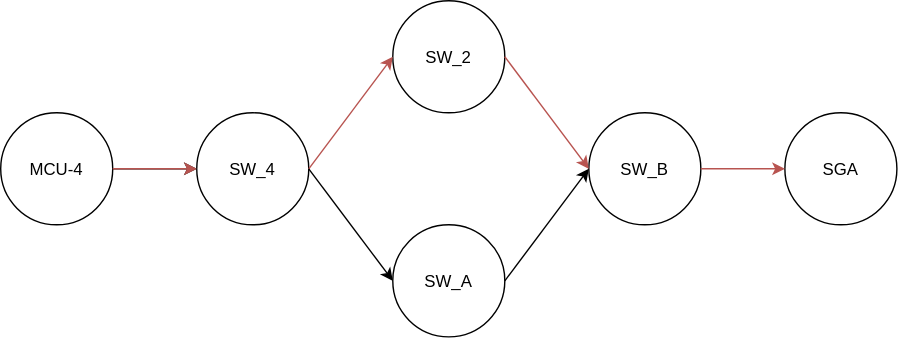
Above: Figs/CB-aware-path1.svg in Fre-Ar/RSIS (draw.io), before the change. Source tidied: cells renumbered, new cells last; positions are measured from the earlier drawing's top-left corner, leaving out a move shared by most shapes.
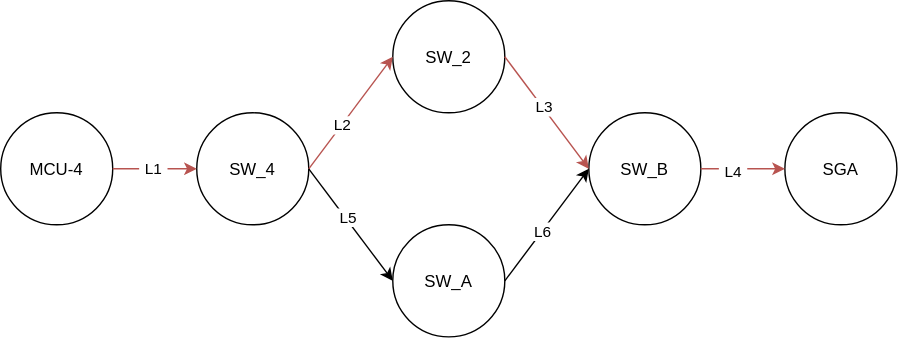
After the commit.

Change to the diagram source:
```diff
@@ -2,9 +2,6 @@
   <root>
     <mxCell id="0" />
     <mxCell id="1" parent="0" />
-    <mxCell id="2" style="edgeStyle=none;html=1;" parent="1" edge="1" source="3" target="4">
-      <mxGeometry relative="1" as="geometry" />
-    </mxCell>
     <mxCell id="3" value="MCU-4" style="ellipse;whiteSpace=wrap;html=1;shapeInside=1;" parent="1" vertex="1">
       <mxGeometry y="80" width="80" height="80" as="geometry" />
     </mxCell>
@@ -23,23 +20,41 @@
     <mxCell id="8" style="endArrow=classic;html=1;rounded=0;defaultLabelBackgroundColor=page;labelPadding=0 4;exitX=1;exitY=0.5;exitDx=0;exitDy=0;entryX=0;entryY=0.5;entryDx=0;entryDy=0;fillColor=#f8cecc;strokeColor=#b85450;" parent="1" edge="1" source="3" target="4">
       <mxGeometry relative="1" as="geometry" />
     </mxCell>
+    <mxCell id="15" value="L1" style="edgeLabel;html=1;align=center;verticalAlign=middle;inheritText=1;defaultLabelBackgroundColor=page;labelPadding=0 4;" parent="8" vertex="1">
+      <mxGeometry x="-0.07" y="1" relative="1" as="geometry" />
+    </mxCell>
     <mxCell id="9" style="endArrow=classic;html=1;rounded=0;defaultLabelBackgroundColor=page;labelPadding=0 4;exitX=1;exitY=0.5;exitDx=0;exitDy=0;entryX=0;entryY=0.5;entryDx=0;entryDy=0;fillColor=#f8cecc;strokeColor=#b85450;" parent="1" edge="1" source="4" target="5">
       <mxGeometry relative="1" as="geometry" />
     </mxCell>
+    <mxCell id="16" value="L2" style="edgeLabel;html=1;align=center;verticalAlign=middle;inheritText=1;defaultLabelBackgroundColor=page;labelPadding=0 4;" parent="9" vertex="1">
+      <mxGeometry x="-0.2" relative="1" as="geometry" />
+    </mxCell>
     <mxCell id="10" style="endArrow=classic;html=1;rounded=0;defaultLabelBackgroundColor=page;labelPadding=0 4;exitX=1;exitY=0.5;exitDx=0;exitDy=0;entryX=0;entryY=0.5;entryDx=0;entryDy=0;fillColor=#f8cecc;strokeColor=#b85450;" parent="1" edge="1" source="5" target="6">
       <mxGeometry relative="1" as="geometry" />
     </mxCell>
+    <mxCell id="17" value="L3" style="edgeLabel;html=1;align=center;verticalAlign=middle;inheritText=1;defaultLabelBackgroundColor=page;labelPadding=0 4;" parent="10" vertex="1">
+      <mxGeometry x="-0.1" y="1" relative="1" as="geometry" />
+    </mxCell>
     <mxCell id="11" style="endArrow=classic;html=1;rounded=0;defaultLabelBackgroundColor=page;labelPadding=0 4;exitX=1;exitY=0.5;exitDx=0;exitDy=0;entryX=0;entryY=0.5;entryDx=0;entryDy=0;fillColor=#f8cecc;strokeColor=#b85450;" parent="1" edge="1" source="6" target="7">
       <mxGeometry relative="1" as="geometry" />
     </mxCell>
+    <mxCell id="18" value="L4" style="edgeLabel;html=1;align=center;verticalAlign=middle;inheritText=1;defaultLabelBackgroundColor=page;labelPadding=0 4;" parent="11" vertex="1">
+      <mxGeometry x="-0.23" y="-1" relative="1" as="geometry" />
+    </mxCell>
     <mxCell id="12" value="SW_A" style="ellipse;whiteSpace=wrap;html=1;shapeInside=1;" parent="1" vertex="1">
       <mxGeometry x="280" y="160" width="80" height="80" as="geometry" />
     </mxCell>
     <mxCell id="13" style="endArrow=classic;html=1;rounded=0;defaultLabelBackgroundColor=page;labelPadding=0 4;exitX=1;exitY=0.5;exitDx=0;exitDy=0;entryX=0;entryY=0.5;entryDx=0;entryDy=0;" parent="1" edge="1" source="4" target="12">
       <mxGeometry relative="1" as="geometry" />
     </mxCell>
+    <mxCell id="19" value="L5" style="edgeLabel;html=1;align=center;verticalAlign=middle;inheritText=1;defaultLabelBackgroundColor=page;labelPadding=0 4;" parent="13" vertex="1">
+      <mxGeometry x="-0.13" y="1" relative="1" as="geometry" />
+    </mxCell>
     <mxCell id="14" style="endArrow=classic;html=1;rounded=0;defaultLabelBackgroundColor=page;labelPadding=0 4;exitX=1;exitY=0.5;exitDx=0;exitDy=0;entryX=0;entryY=0.5;entryDx=0;entryDy=0;" parent="1" edge="1" source="12" target="6">
       <mxGeometry relative="1" as="geometry" />
     </mxCell>
+    <mxCell id="20" value="L6" style="edgeLabel;html=1;align=center;verticalAlign=middle;inheritText=1;defaultLabelBackgroundColor=page;labelPadding=0 4;" parent="14" vertex="1">
+      <mxGeometry x="-0.12" relative="1" as="geometry" />
+    </mxCell>
   </root>
 </mxGraphModel>
```
